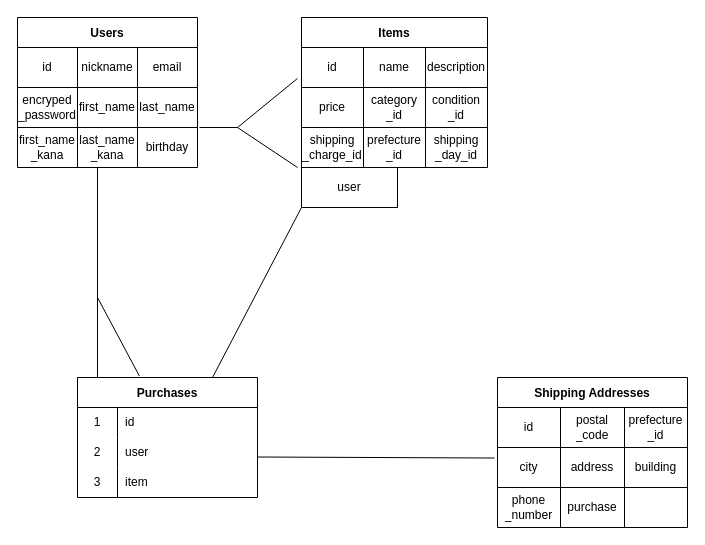
This is test.dio from Newriver758/furima-41029, a draw.io file, before an edit. Source tidied: cells renumbered, new cells numbered last; positions are measured from the earlier drawing's top-left corner, leaving out a move shared by most shapes. Both pictures are drawn from the tidied source at 100%, with x=0, y=0 at pixel (17, 17).
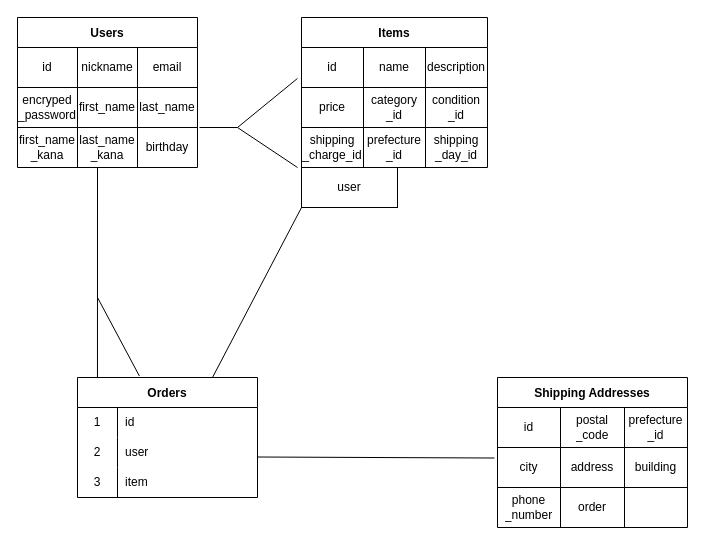
The same page after the edit.

Commit message (it also covers changes not shown here):
モデルのアソシエーション設定, purchase→order名称統一

Unchanged cells that the change refers to:
```xml
<mxCell id="37" style="shape=tableRow;horizontal=0;startSize=0;swimlaneHead=0;swimlaneBody=0;top=0;left=0;bottom=0;right=0;fillColor=none;" parent="28" vertex="1">
  <mxGeometry y="110" width="190" height="40" as="geometry" />
</mxCell>
```

The edit, as a diff of the source:
```diff
@@
-    <mxCell id="39" value="purchase" style="shape=partialRectangle;html=1;whiteSpace=wrap;fillColor=none;top=0;left=0;bottom=0;right=0;overflow=hidden;" parent="37" vertex="1">
+    <mxCell id="39" value="order" style="shape=partialRectangle;html=1;whiteSpace=wrap;fillColor=none;top=0;left=0;bottom=0;right=0;overflow=hidden;" parent="37" vertex="1">
       <mxGeometry x="63" width="64" height="40" as="geometry" />
     </mxCell>
@@
-    <mxCell id="47" value="Purchases" style="shape=table;startSize=30;childLayout=tableLayout;rowLines=0;fontStyle=1;" parent="1" vertex="1">
+    <mxCell id="47" value="Orders" style="shape=table;startSize=30;childLayout=tableLayout;rowLines=0;fontStyle=1;" parent="1" vertex="1">
       <mxGeometry x="60" y="360" width="180" height="120" as="geometry" />
     </mxCell>
```
